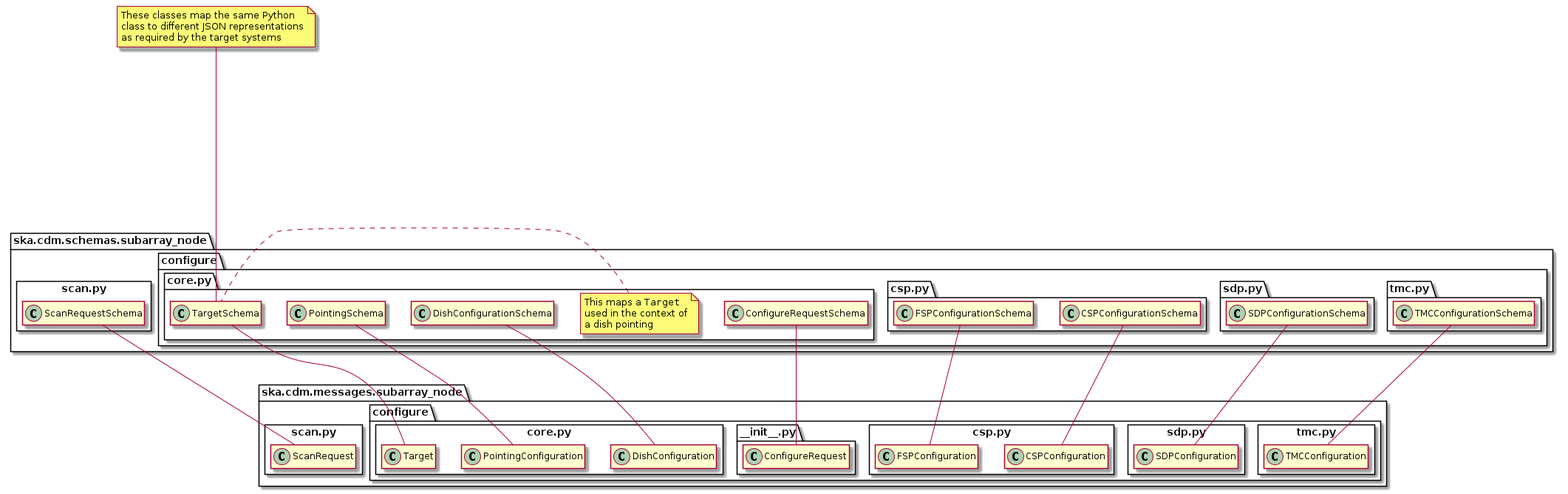
Before: docs/src/developer/schema_san.png, a diagram exported from PlantUML (ska-telescope/cdm-shared-library).
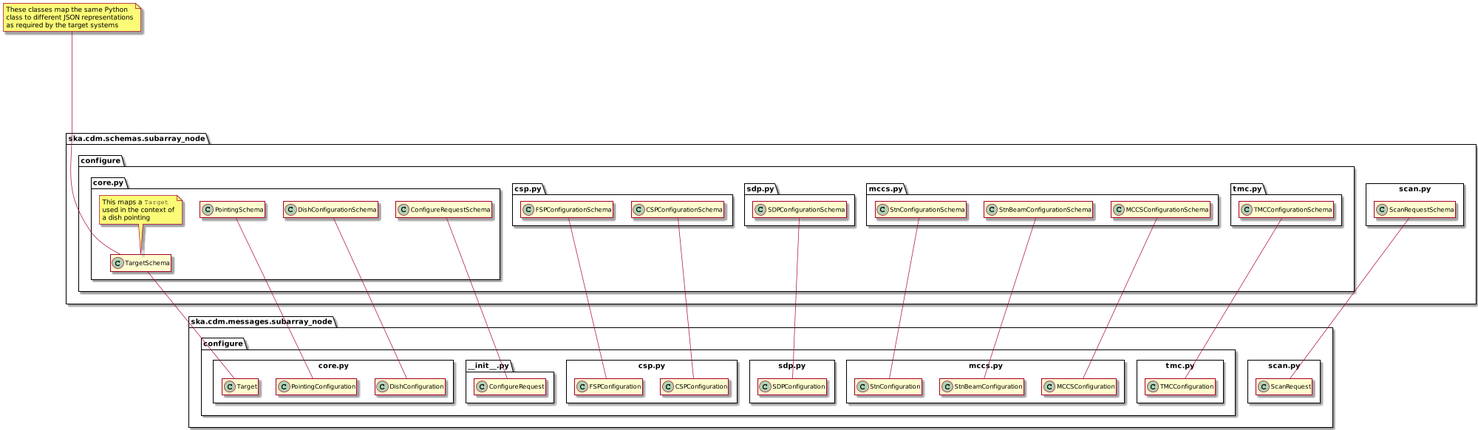
Above is the later version.

Change to the diagram source:
```diff
@@ -1,4 +1,5 @@
 @startuml
+scale 2000 width
 !pragma useNewPackage
 hide empty members
 
@@ -23,6 +24,12 @@
 			class SDPConfiguration
 		}
 
+        package mccs.py <<Rectangle>> {
+            class StnConfiguration
+            class StnBeamConfiguration
+            class MCCSConfiguration
+        }
+
 		package tmc.py <<Rectangle>> {
 			class TMCConfiguration
 		}
@@ -34,9 +41,6 @@
 }
 
 package ska.cdm.schemas.subarray_node {
-	package scan.py as P1 <<Rectangle>> {
-		class ScanRequestSchema
-	}
 
 	package configure as P2 {
 		package core.py as P3 {
@@ -45,7 +49,7 @@
 			class DishConfigurationSchema
 			class ConfigureRequestSchema
 
-			note left of TargetSchema
+			note top of TargetSchema
 				This maps a ""Target""
 				used in the context of
 				a dish pointing
@@ -61,10 +65,20 @@
 		package sdp.py as P5 {
 			class SDPConfigurationSchema
 		}
+        package mccs.py as P6 {
+            class StnConfigurationSchema
+            class StnBeamConfigurationSchema
+            class MCCSConfigurationSchema
+        }
 
-		package tmc.py as P6 {
+		package tmc.py as P7 {
 			class TMCConfigurationSchema
 		}
+
+
+	}
+        package scan.py as P1 <<Rectangle>> {
+		class ScanRequestSchema
 	}
 }
 
@@ -82,6 +96,10 @@
 
 TMCConfigurationSchema --- TMCConfiguration
 
+StnConfigurationSchema --- StnConfiguration
+StnBeamConfigurationSchema --- StnBeamConfiguration
+MCCSConfigurationSchema --- MCCSConfiguration
+
 note as N1
 	These classes map the same Python
 	class to different JSON representations
```
